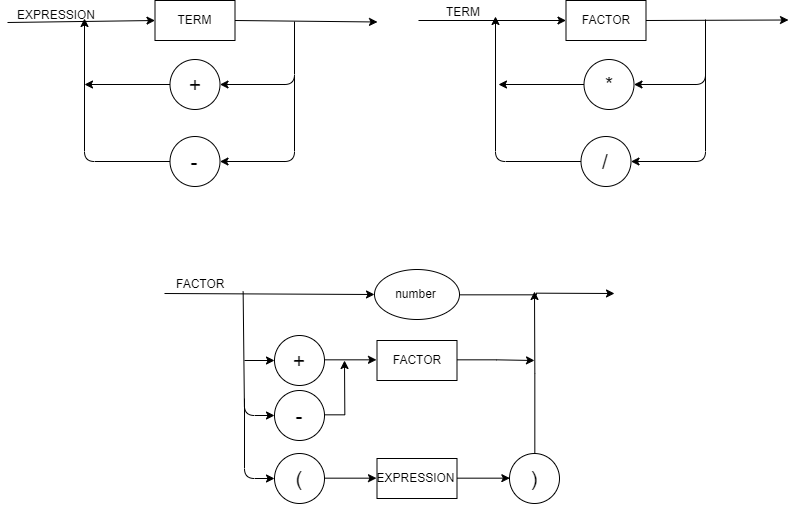
Above: diagrama-sintatico.png in GiuPassarelli/LogicaComp (draw.io), before the change. Source tidied: cells renumbered, new cells last; positions are measured from the earlier drawing's top-left corner, leaving out a move shared by most shapes.
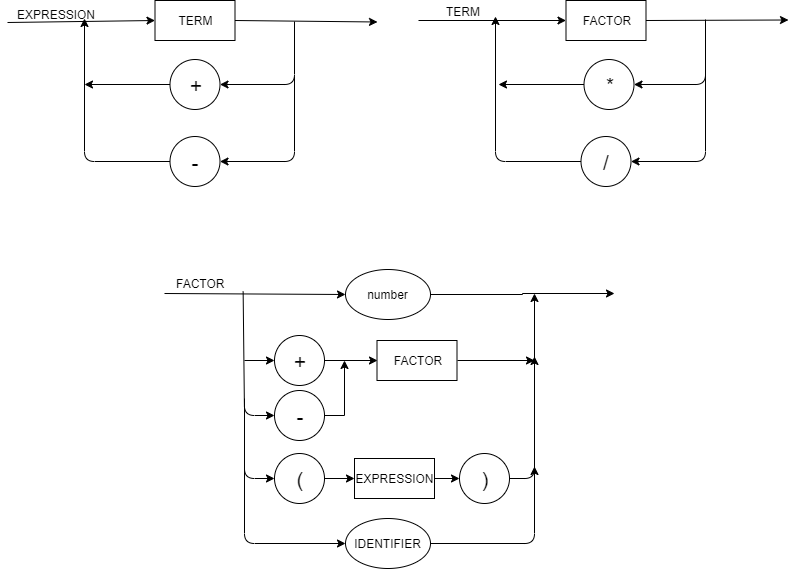
Above is the later version.

Change to the diagram source:
```diff
@@ -8,7 +8,7 @@
       </mxGeometry>
     </mxCell>
     <mxCell id="3" value="number" style="ellipse;whiteSpace=wrap;html=1;" parent="1" vertex="1">
-      <mxGeometry x="367" y="269" width="85" height="50" as="geometry" />
+      <mxGeometry x="338" y="269" width="85" height="50" as="geometry" />
     </mxCell>
     <mxCell id="4" style="endArrow=classic;html=1;entryX=0;entryY=0.5;entryDx=0;entryDy=0;" parent="1" edge="1" target="23">
       <mxGeometry relative="1" as="geometry">
@@ -132,7 +132,7 @@
       <mxGeometry relative="1" as="geometry" />
     </mxCell>
     <mxCell id="29" value="EXPRESSION" style="rounded=0;whiteSpace=wrap;html=1;" parent="1" vertex="1">
-      <mxGeometry x="369.5" y="458" width="80" height="40" as="geometry" />
+      <mxGeometry x="347" y="458" width="80" height="40" as="geometry" />
     </mxCell>
     <mxCell id="30" style="edgeStyle=orthogonalEdgeStyle;rounded=0;jettySize=auto;html=1;exitX=1;exitY=0.5;exitDx=0;exitDy=0;entryX=0;entryY=0.5;entryDx=0;entryDy=0;" parent="1" edge="1" source="31" target="27">
       <mxGeometry relative="1" as="geometry" />
@@ -154,13 +154,14 @@
     <mxCell id="35" value="&lt;div style=&quot;text-align: justify&quot;&gt;&lt;span&gt;&lt;font style=&quot;font-size: 21px&quot;&gt;(&lt;/font&gt;&lt;/span&gt;&lt;/div&gt;" style="ellipse;whiteSpace=wrap;html=1;" parent="1" vertex="1">
       <mxGeometry x="267" y="453" width="50" height="50" as="geometry" />
     </mxCell>
-    <mxCell id="36" style="edgeStyle=orthogonalEdgeStyle;rounded=0;jettySize=auto;html=1;exitX=0.5;exitY=0;exitDx=0;exitDy=0;" parent="1" edge="1" source="37">
+    <mxCell id="36" style="edgeStyle=orthogonalEdgeStyle;rounded=0;orthogonalLoop=1;jettySize=auto;html=1;" parent="1" edge="1">
       <mxGeometry relative="1" as="geometry">
-        <mxPoint x="527" y="291" as="targetPoint" />
+        <mxPoint x="527" y="366" as="sourcePoint" />
+        <mxPoint x="527" y="293" as="targetPoint" />
       </mxGeometry>
     </mxCell>
     <mxCell id="37" value="&lt;div style=&quot;text-align: justify&quot;&gt;&lt;span&gt;&lt;font style=&quot;font-size: 21px&quot;&gt;)&lt;/font&gt;&lt;/span&gt;&lt;/div&gt;" style="ellipse;whiteSpace=wrap;html=1;" parent="1" vertex="1">
-      <mxGeometry x="502" y="453" width="50" height="50" as="geometry" />
+      <mxGeometry x="452" y="453" width="50" height="50" as="geometry" />
     </mxCell>
     <mxCell id="38" style="endArrow=classic;html=1;entryX=0;entryY=0.5;entryDx=0;entryDy=0;" parent="1" edge="1" target="31">
       <mxGeometry relative="1" as="geometry">
@@ -182,5 +183,32 @@
         </Array>
       </mxGeometry>
     </mxCell>
+    <mxCell id="41" style="endArrow=classic;html=1;entryX=0;entryY=0.5;entryDx=0;entryDy=0;" parent="1" edge="1" target="43">
+      <mxGeometry relative="1" as="geometry">
+        <mxPoint x="237" y="463" as="sourcePoint" />
+        <Array as="points">
+          <mxPoint x="237" y="543" />
+        </Array>
+      </mxGeometry>
+    </mxCell>
+    <mxCell id="42" style="endArrow=classic;html=1;exitX=1;exitY=0.5;exitDx=0;exitDy=0;" parent="1" edge="1" source="37">
+      <mxGeometry relative="1" as="geometry">
+        <mxPoint x="527" y="356" as="targetPoint" />
+        <Array as="points">
+          <mxPoint x="527" y="478" />
+        </Array>
+      </mxGeometry>
+    </mxCell>
+    <mxCell id="43" value="IDENTIFIER" style="ellipse;whiteSpace=wrap;html=1;" parent="1" vertex="1">
+      <mxGeometry x="338" y="518" width="85" height="50" as="geometry" />
+    </mxCell>
+    <mxCell id="44" style="endArrow=classic;html=1;exitX=1;exitY=0.5;exitDx=0;exitDy=0;" parent="1" edge="1" source="43">
+      <mxGeometry relative="1" as="geometry">
+        <mxPoint x="527" y="466" as="targetPoint" />
+        <Array as="points">
+          <mxPoint x="527" y="543" />
+        </Array>
+      </mxGeometry>
+    </mxCell>
   </root>
 </mxGraphModel>
```
